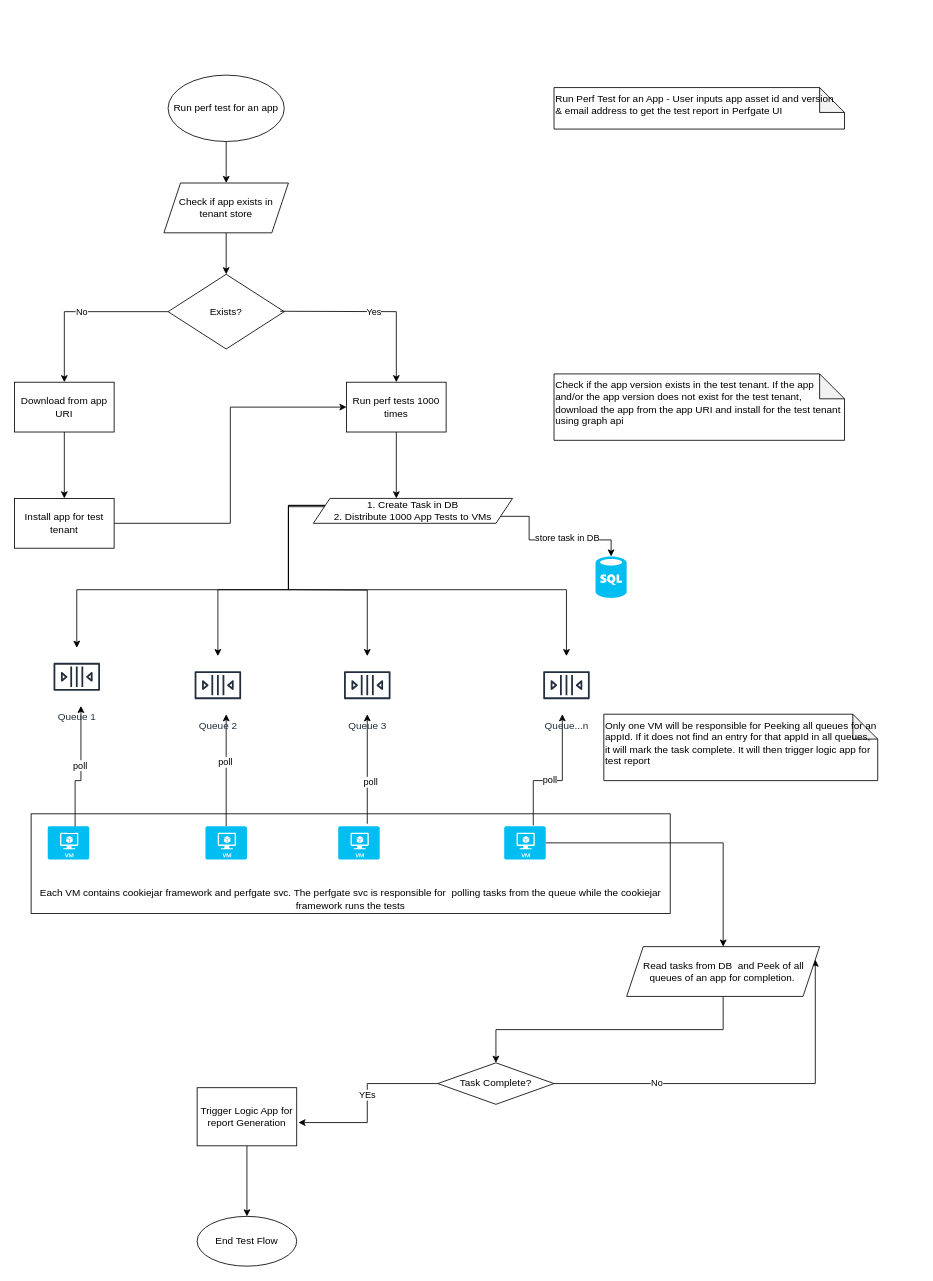
Earlier version of the draw.io diagram PerfGate.drawio (joshidiv04/athena). Source tidied: cells renumbered, new cells numbered last; positions are measured from the earlier drawing's top-left corner, leaving out a move shared by most shapes. Both pictures are drawn from the tidied source at 83%, with x=0, y=0 at pixel (14, 75).
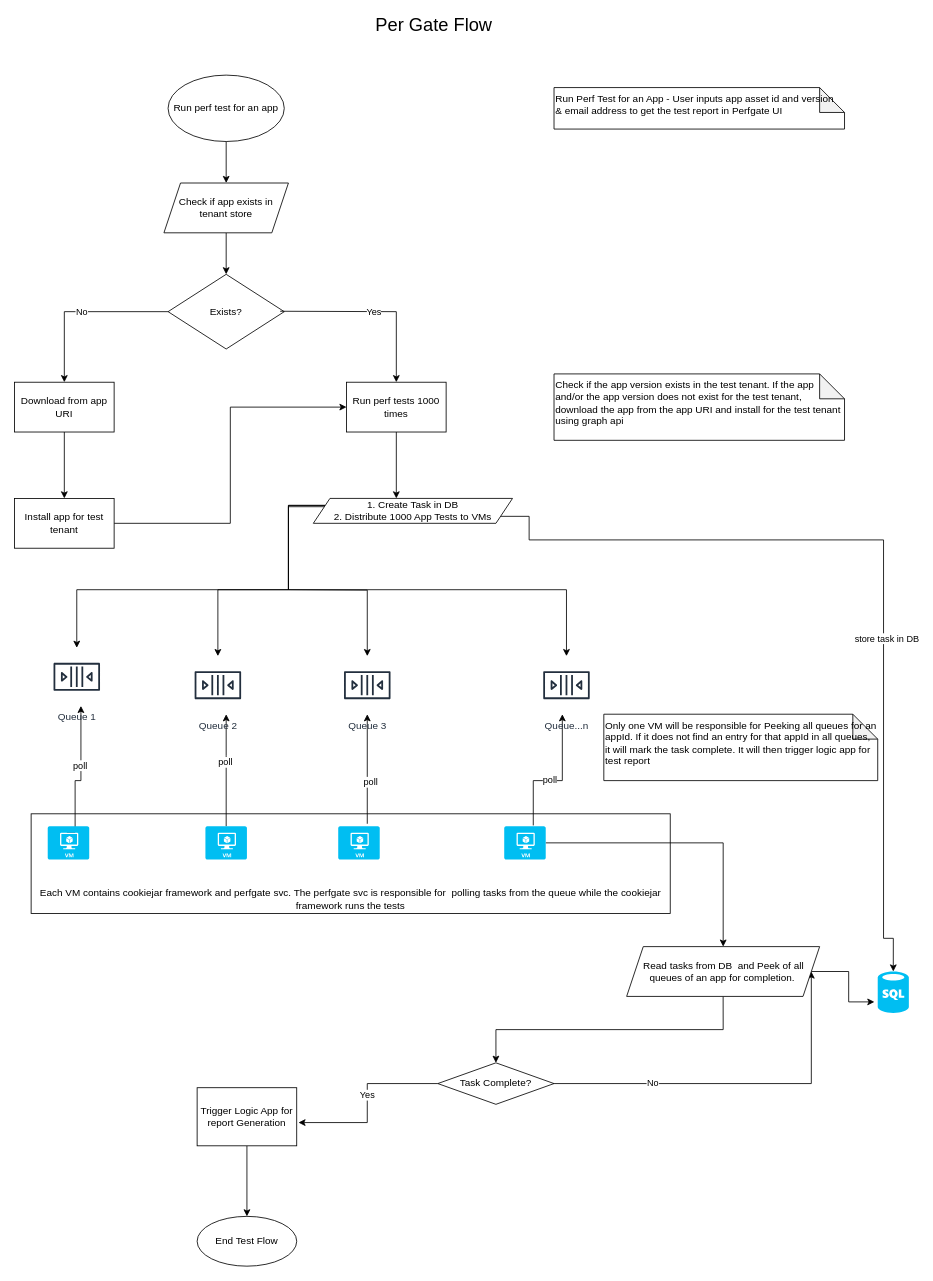
The same page after the edit.

The change refers to these unchanged cells:
```xml
<mxCell id="26" value="1. Create Task in DB&lt;br&gt;2. Distribute 1000 App Tests to VMs" style="shape=parallelogram;perimeter=parallelogramPerimeter;whiteSpace=wrap;html=1;fixedSize=1;" parent="1" vertex="1">
  <mxGeometry x="360" y="510" width="240" height="30" as="geometry" />
</mxCell>
<mxCell id="46" style="edgeStyle=orthogonalEdgeStyle;rounded=0;jettySize=auto;html=1;entryX=1.017;entryY=0.6;entryDx=0;entryDy=0;entryPerimeter=0;" parent="1" edge="1" source="50" target="52">
  <mxGeometry relative="1" as="geometry" />
</mxCell>
<mxCell id="50" value="Task Complete?" style="rhombus;whiteSpace=wrap;html=1;" parent="1" vertex="1">
  <mxGeometry x="510" y="1190" width="140" height="50" as="geometry" />
</mxCell>
<mxCell id="54" value="&lt;span style=&quot;text-align: left&quot;&gt;Read tasks from DB&amp;nbsp; and Peek of all queues of an app for completion.&amp;nbsp;&lt;/span&gt;" style="shape=parallelogram;perimeter=parallelogramPerimeter;whiteSpace=wrap;html=1;fixedSize=1;" parent="1" vertex="1">
  <mxGeometry x="737.5" y="1050" width="232.5" height="60" as="geometry" />
</mxCell>
```

What changed in the source:
```diff
@@
     <mxCell id="21" style="edgeStyle=orthogonalEdgeStyle;rounded=0;jettySize=auto;html=1;entryX=0.5;entryY=0;entryDx=0;entryDy=0;entryPerimeter=0;exitX=1;exitY=0.75;exitDx=0;exitDy=0;" parent="1" edge="1" source="26" target="35">
       <mxGeometry relative="1" as="geometry">
         <Array as="points">
           <mxPoint x="620" y="532" />
           <mxPoint x="620" y="560" />
+          <mxPoint x="1047" y="560" />
+          <mxPoint x="1047" y="1040" />
+          <mxPoint x="1059" y="1040" />
         </Array>
       </mxGeometry>
     </mxCell>
@@
     <mxCell id="35" style="verticalLabelPosition=bottom;html=1;verticalAlign=top;align=center;strokeColor=none;fillColor=#00BEF2;shape=mxgraph.azure.sql_database;" parent="1" vertex="1">
-      <mxGeometry x="700" y="580" width="37.5" height="50" as="geometry" />
+      <mxGeometry x="1040" y="1080" width="37.5" height="50" as="geometry" />
     </mxCell>
@@
-    <mxCell id="47" value="YEs" style="edgeLabel;html=1;align=center;verticalAlign=middle;" parent="46" vertex="1">
+    <mxCell id="47" value="Yes" style="edgeLabel;html=1;align=center;verticalAlign=middle;" parent="46" vertex="1">
       <mxGeometry x="-0.09" y="-1" relative="1" as="geometry" />
     </mxCell>
-    <mxCell id="48" style="edgeStyle=orthogonalEdgeStyle;rounded=0;jettySize=auto;html=1;entryX=1;entryY=0.25;entryDx=0;entryDy=0;" parent="1" edge="1" source="50" target="54">
+    <mxCell id="48" style="edgeStyle=orthogonalEdgeStyle;rounded=0;jettySize=auto;html=1;entryX=1;entryY=0.5;entryDx=0;entryDy=0;" parent="1" edge="1" source="50" target="54">
       <mxGeometry relative="1" as="geometry" />
     </mxCell>
@@
+    <mxCell id="56" style="edgeStyle=orthogonalEdgeStyle;rounded=0;jettySize=auto;html=1;entryX=-0.107;entryY=0.732;entryDx=0;entryDy=0;entryPerimeter=0;" parent="1" edge="1" source="54" target="35">
+      <mxGeometry relative="1" as="geometry" />
+    </mxCell>
@@
+    <mxCell id="57" value="&lt;font style=&quot;font-size: 22px&quot;&gt;Per Gate Flow&lt;/font&gt;" style="text;html=1;align=center;verticalAlign=middle;strokeColor=none;fillColor=none;" parent="1" vertex="1">
+      <mxGeometry x="425" y="-70" width="160" height="20" as="geometry" />
+    </mxCell>
```
